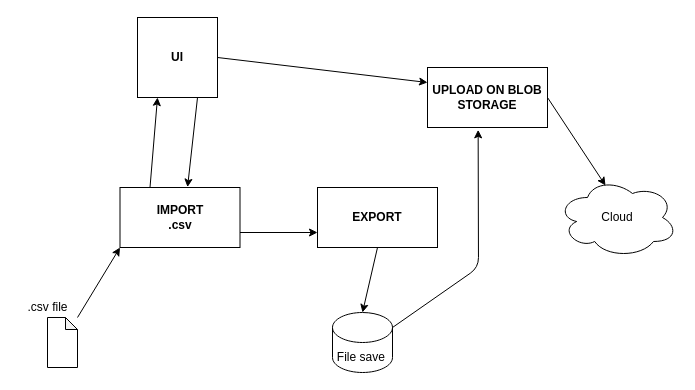
This is Untitled Diagram.drawio from jelenacoe/Intern, a draw.io file, before an edit. Source tidied: cells renumbered, new cells numbered last; positions are measured from the earlier drawing's top-left corner, leaving out a move shared by most shapes. Both pictures are drawn from the tidied source at 100%, with x=0, y=0 at pixel (17, 17).
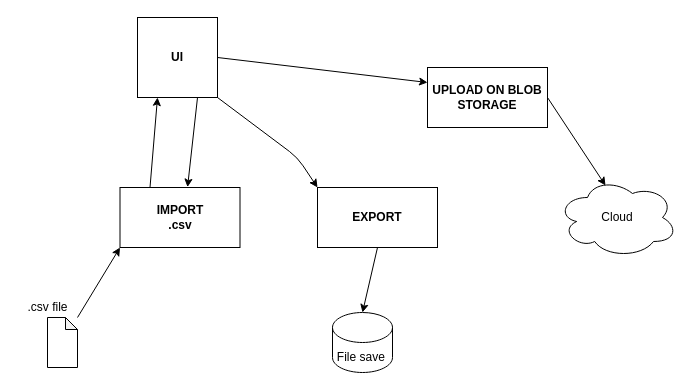
The same page after the edit.

The change refers to these unchanged cells:
```xml
<mxCell id="2" value="&lt;b&gt;IMPORT&lt;br&gt;.csv&lt;br&gt;&lt;/b&gt;" style="rounded=0;whiteSpace=wrap;html=1;" parent="1" vertex="1">
  <mxGeometry x="102.5" y="170" width="120" height="60" as="geometry" />
</mxCell>
<mxCell id="4" value="&lt;b&gt;EXPORT&lt;/b&gt;" style="rounded=0;whiteSpace=wrap;html=1;" parent="1" vertex="1">
  <mxGeometry x="300" y="170" width="120" height="60" as="geometry" />
</mxCell>
<mxCell id="5" value="&lt;b&gt;UI&lt;/b&gt;" style="whiteSpace=wrap;html=1;" parent="1" vertex="1">
  <mxGeometry x="120" width="80" height="80" as="geometry" />
</mxCell>
<mxCell id="6" value="&lt;b&gt;UPLOAD ON BLOB STORAGE&lt;/b&gt;" style="rounded=0;whiteSpace=wrap;html=1;" parent="1" vertex="1">
  <mxGeometry x="410" y="50" width="120" height="60" as="geometry" />
</mxCell>
<mxCell id="14" style="shape=cylinder3;whiteSpace=wrap;html=1;boundedLbl=1;backgroundOutline=1;size=15;" parent="1" vertex="1">
  <mxGeometry x="315" y="295" width="60" height="60" as="geometry" />
</mxCell>
```

Diff of the diagram source:
```diff
@@
-    <mxCell id="8" style="endArrow=classic;html=1;exitX=1;exitY=0.75;exitDx=0;exitDy=0;entryX=0;entryY=0.75;entryDx=0;entryDy=0;" parent="1" edge="1" source="2" target="4">
-      <mxGeometry relative="1" as="geometry" />
+    <mxCell id="8" style="endArrow=classic;html=1;exitX=1;exitY=1;exitDx=0;exitDy=0;" parent="1" edge="1" source="5">
+      <mxGeometry relative="1" as="geometry">
+        <mxPoint x="300" y="170" as="targetPoint" />
+        <Array as="points">
+          <mxPoint x="280" y="140" />
+          <mxPoint x="300" y="170" />
+        </Array>
+      </mxGeometry>
     </mxCell>
@@
-    <mxCell id="16" style="endArrow=classic;html=1;exitX=1;exitY=0;exitDx=0;exitDy=15;exitPerimeter=0;entryX=0.422;entryY=1.039;entryDx=0;entryDy=0;entryPerimeter=0;" parent="1" edge="1" source="14" target="6">
-      <mxGeometry relative="1" as="geometry">
-        <Array as="points">
-          <mxPoint x="461" y="250" />
-        </Array>
-      </mxGeometry>
-    </mxCell>
```
